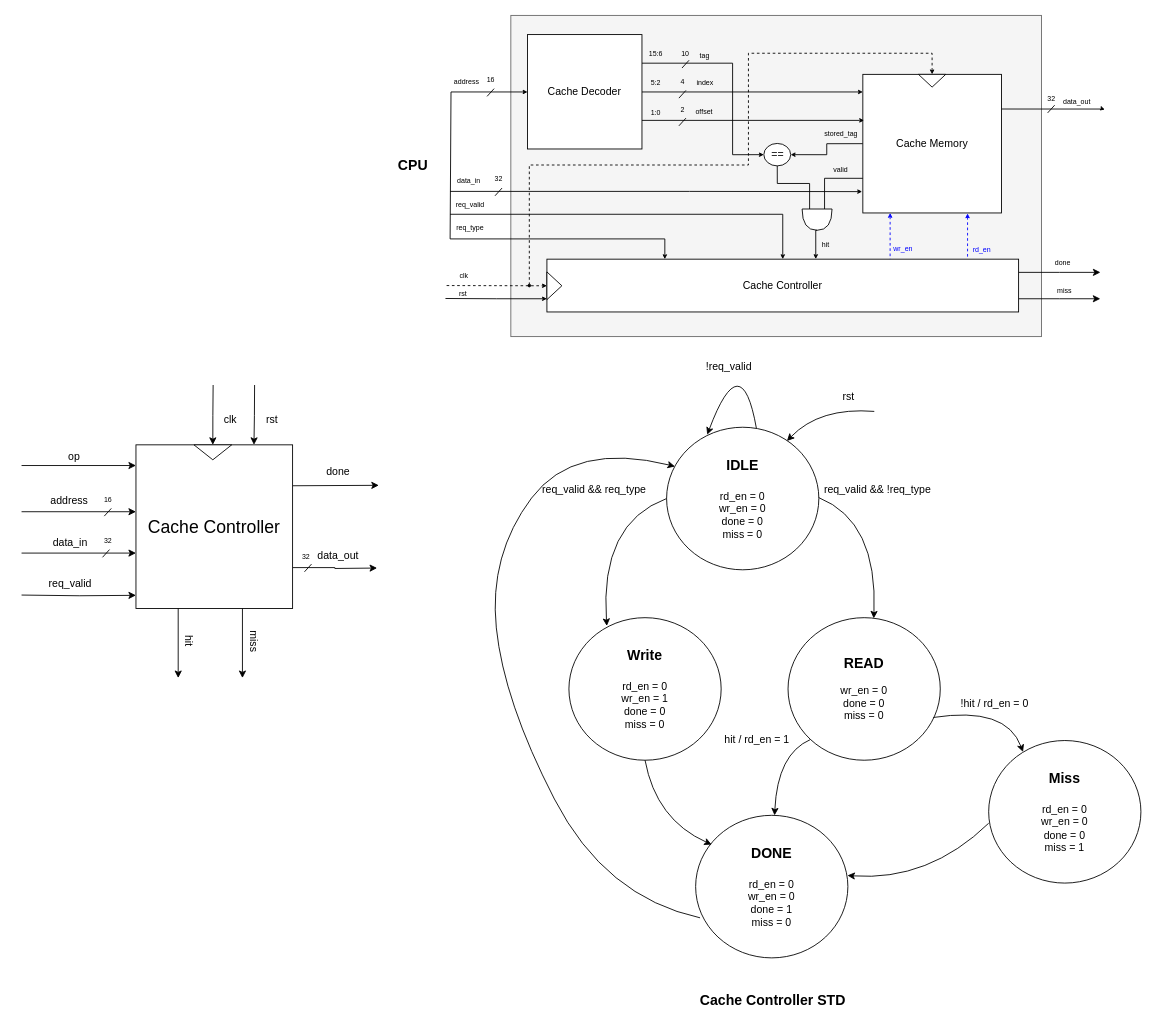
Earlier version of the draw.io diagram Module4/DirectMappedCacheController/docs/BD.drawio (abdulrafay7038/MEDS_Training). Source tidied: cells renumbered, new cells numbered last; positions are measured from the earlier drawing's top-left corner, leaving out a move shared by most shapes. Both pictures are drawn from the tidied source at 88%, with x=0, y=0 at pixel (21, 15).
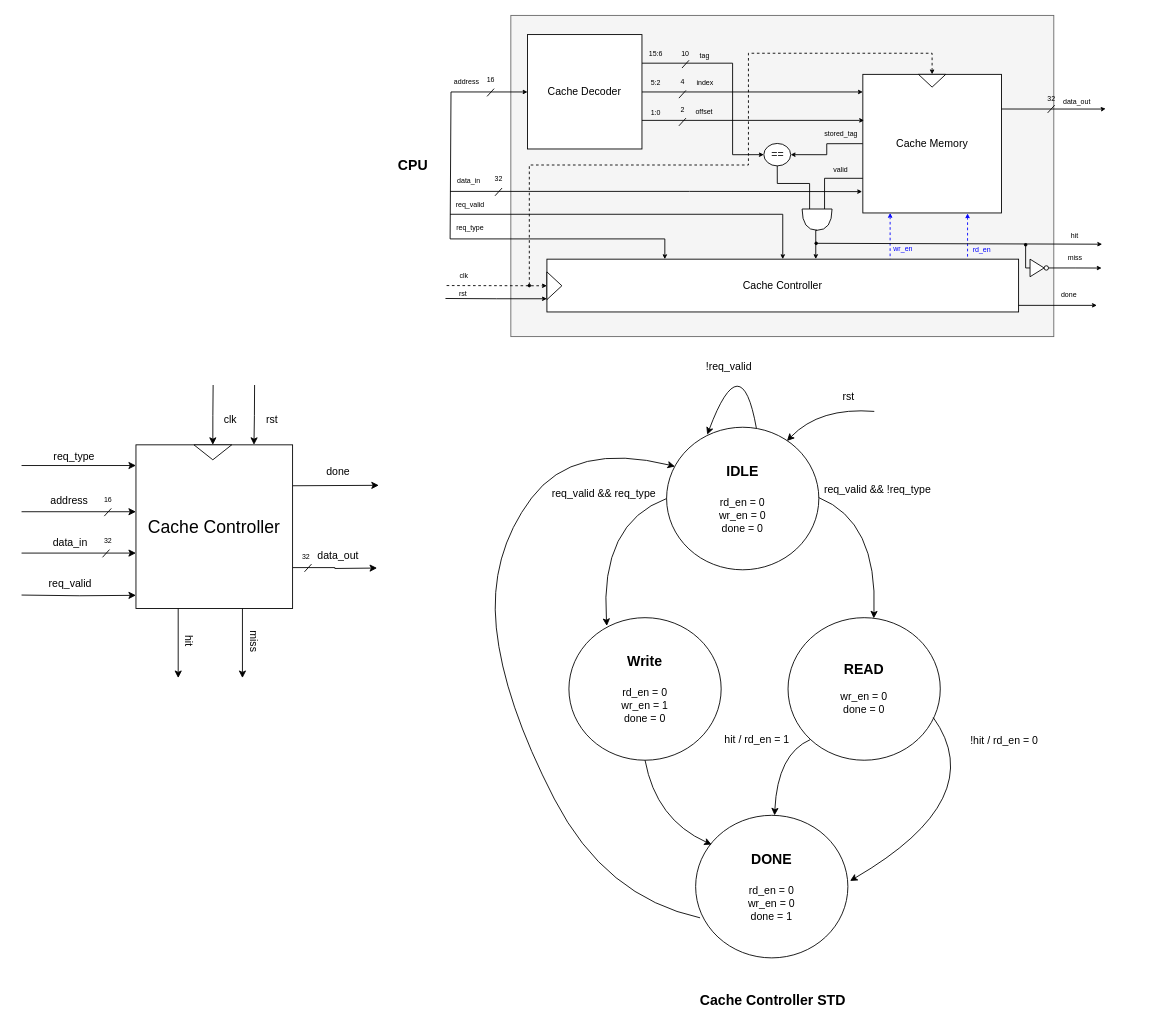
Above is the later version.

Unchanged cells that the change refers to:
```xml
<mxCell id="30" value="Cache Memory" style="whiteSpace=wrap;html=1;" parent="1" vertex="1">
  <mxGeometry x="956" y="67" width="157.5" height="157.5" as="geometry" />
</mxCell>
<mxCell id="58" value="&lt;font&gt;Cache Controller&lt;/font&gt;" style="rounded=0;whiteSpace=wrap;html=1;" parent="1" vertex="1">
  <mxGeometry x="597" y="277" width="536" height="60" as="geometry" />
</mxCell>
```

Change to the diagram source:
```diff
@@
     <mxCell id="2" style="rounded=0;whiteSpace=wrap;html=1;fillColor=#f5f5f5;strokeColor=#666666;fontColor=#333333;" parent="1" vertex="1">
-      <mxGeometry x="556" width="603" height="365" as="geometry" />
+      <mxGeometry x="556" width="617" height="365" as="geometry" />
     </mxCell>
@@
-    <mxCell id="10" value="op" style="text;html=1;whiteSpace=wrap;strokeColor=none;fillColor=none;align=center;verticalAlign=middle;rounded=0;" parent="1" vertex="1">
-      <mxGeometry x="50" y="496.5" width="20" height="10" as="geometry" />
+    <mxCell id="10" value="req_type" style="text;html=1;whiteSpace=wrap;strokeColor=none;fillColor=none;align=center;verticalAlign=middle;rounded=0;" parent="1" vertex="1">
+      <mxGeometry x="33.2" y="496.5" width="54" height="10" as="geometry" />
     </mxCell>
@@
     <mxCell id="28" style="edgeStyle=orthogonalEdgeStyle;rounded=0;jettySize=auto;html=1;exitX=1;exitY=0.25;exitDx=0;exitDy=0;startSize=3;endSize=3;" parent="1" edge="1" source="30">
       <mxGeometry relative="1" as="geometry">
-        <mxPoint x="1231" y="107" as="targetPoint" />
+        <mxPoint x="1232" y="106" as="targetPoint" />
         <Array as="points">
           <mxPoint x="1229" y="107" />
         </Array>
       </mxGeometry>
     </mxCell>
@@
-    <mxCell id="55" style="edgeStyle=orthogonalEdgeStyle;rounded=0;jettySize=auto;html=1;exitX=1;exitY=0.25;exitDx=0;exitDy=0;" parent="1" edge="1" source="58">
+    <mxCell id="55" style="edgeStyle=orthogonalEdgeStyle;rounded=0;orthogonalLoop=1;jettySize=auto;html=1;exitX=1;exitY=0.25;exitDx=0;exitDy=0;endSize=3;startSize=3;" parent="1" edge="1">
       <mxGeometry relative="1" as="geometry">
-        <mxPoint x="1226" y="292" as="targetPoint" />
+        <mxPoint x="1129" y="329.5" as="sourcePoint" />
+        <mxPoint x="1222" y="329.5" as="targetPoint" />
       </mxGeometry>
     </mxCell>
@@
-    <mxCell id="57" style="edgeStyle=orthogonalEdgeStyle;rounded=0;jettySize=auto;html=1;exitX=1;exitY=0.75;exitDx=0;exitDy=0;" parent="1" edge="1" source="58">
-      <mxGeometry relative="1" as="geometry">
-        <mxPoint x="1225.9" y="322" as="targetPoint" />
-      </mxGeometry>
-    </mxCell>
@@
     <mxCell id="70" value="&lt;font style=&quot;font-size: 8px;&quot;&gt;done&lt;/font&gt;" style="text;html=1;whiteSpace=wrap;strokeColor=none;fillColor=none;align=center;verticalAlign=middle;rounded=0;" parent="1" vertex="1">
-      <mxGeometry x="1166" y="269.5" width="35" height="20.5" as="geometry" />
+      <mxGeometry x="1173" y="307" width="35" height="20.5" as="geometry" />
     </mxCell>
@@
     <mxCell id="79" value="&lt;font style=&quot;font-size: 8px;&quot;&gt;hit&lt;/font&gt;" style="text;html=1;whiteSpace=wrap;strokeColor=none;fillColor=none;align=center;verticalAlign=middle;rounded=0;" parent="1" vertex="1">
-      <mxGeometry x="903" y="249.8" width="22" height="20" as="geometry" />
+      <mxGeometry x="1186" y="239" width="22" height="20" as="geometry" />
     </mxCell>
@@
-    <mxCell id="84" value="&lt;b&gt;&lt;font style=&quot;font-size: 16px;&quot;&gt;IDLE&lt;br&gt;&lt;br&gt;&lt;/font&gt;&lt;/b&gt;&lt;div&gt;&lt;div&gt;rd_en = 0&lt;/div&gt;&lt;div&gt;wr_en = 0&lt;br&gt;done = 0&lt;br&gt;miss = 0&lt;/div&gt;&lt;/div&gt;" style="ellipse;whiteSpace=wrap;html=1;" parent="1" vertex="1">
+    <mxCell id="84" value="&lt;b&gt;&lt;font style=&quot;font-size: 16px;&quot;&gt;IDLE&lt;br&gt;&lt;br&gt;&lt;/font&gt;&lt;/b&gt;&lt;div&gt;&lt;div&gt;rd_en = 0&lt;/div&gt;&lt;div&gt;wr_en = 0&lt;br&gt;done = 0&lt;br&gt;&lt;/div&gt;&lt;/div&gt;" style="ellipse;whiteSpace=wrap;html=1;" parent="1" vertex="1">
       <mxGeometry x="733" y="468" width="173" height="162" as="geometry" />
     </mxCell>
@@
-    <mxCell id="91" value="&lt;b&gt;&lt;font style=&quot;font-size: 16px;&quot;&gt;READ&lt;br&gt;&lt;/font&gt;&lt;/b&gt;&lt;div&gt;&lt;div&gt;&lt;br&gt;&lt;/div&gt;&lt;div&gt;wr_en = 0&lt;br&gt;done = 0&lt;br&gt;miss = 0&lt;/div&gt;&lt;/div&gt;" style="ellipse;whiteSpace=wrap;html=1;" parent="1" vertex="1">
+    <mxCell id="91" value="&lt;b&gt;&lt;font style=&quot;font-size: 16px;&quot;&gt;READ&lt;br&gt;&lt;/font&gt;&lt;/b&gt;&lt;div&gt;&lt;div&gt;&lt;br&gt;&lt;/div&gt;&lt;div&gt;wr_en = 0&lt;br&gt;done = 0&lt;br&gt;&lt;/div&gt;&lt;/div&gt;" style="ellipse;whiteSpace=wrap;html=1;" parent="1" vertex="1">
       <mxGeometry x="871" y="684.4" width="173" height="162" as="geometry" />
     </mxCell>
-    <mxCell id="92" value="&lt;b&gt;&lt;font style=&quot;font-size: 16px;&quot;&gt;Write&lt;br&gt;&lt;br&gt;&lt;/font&gt;&lt;/b&gt;&lt;div&gt;&lt;div&gt;rd_en = 0&lt;/div&gt;&lt;div&gt;wr_en = 1&lt;br&gt;done = 0&lt;br&gt;miss = 0&lt;/div&gt;&lt;/div&gt;" style="ellipse;whiteSpace=wrap;html=1;" parent="1" vertex="1">
+    <mxCell id="92" value="&lt;b&gt;&lt;font style=&quot;font-size: 16px;&quot;&gt;Write&lt;br&gt;&lt;br&gt;&lt;/font&gt;&lt;/b&gt;&lt;div&gt;&lt;div&gt;rd_en = 0&lt;/div&gt;&lt;div&gt;wr_en = 1&lt;br&gt;done = 0&lt;br&gt;&lt;/div&gt;&lt;/div&gt;" style="ellipse;whiteSpace=wrap;html=1;" parent="1" vertex="1">
       <mxGeometry x="622" y="684.4" width="173" height="162" as="geometry" />
     </mxCell>
-    <mxCell id="93" value="&lt;b&gt;&lt;font style=&quot;font-size: 16px;&quot;&gt;DONE&lt;br&gt;&lt;br&gt;&lt;/font&gt;&lt;/b&gt;&lt;div&gt;&lt;div&gt;rd_en = 0&lt;/div&gt;&lt;div&gt;wr_en = 0&lt;br&gt;done = 1&lt;br&gt;miss = 0&lt;/div&gt;&lt;/div&gt;" style="ellipse;whiteSpace=wrap;html=1;" parent="1" vertex="1">
+    <mxCell id="93" value="&lt;b&gt;&lt;font style=&quot;font-size: 16px;&quot;&gt;DONE&lt;br&gt;&lt;br&gt;&lt;/font&gt;&lt;/b&gt;&lt;div&gt;&lt;div&gt;rd_en = 0&lt;/div&gt;&lt;div&gt;wr_en = 0&lt;br&gt;done = 1&lt;br&gt;&lt;/div&gt;&lt;/div&gt;" style="ellipse;whiteSpace=wrap;html=1;" parent="1" vertex="1">
       <mxGeometry x="766" y="909" width="173" height="162" as="geometry" />
     </mxCell>
-    <mxCell id="94" value="&lt;b&gt;&lt;font style=&quot;font-size: 16px;&quot;&gt;Miss&lt;br&gt;&lt;br&gt;&lt;/font&gt;&lt;/b&gt;&lt;div&gt;&lt;font&gt;rd_en = 0&lt;/font&gt;&lt;/div&gt;&lt;div&gt;&lt;font&gt;wr_en = 0&lt;br&gt;done = 0&lt;br&gt;miss = 1&lt;/font&gt;&lt;/div&gt;" style="ellipse;whiteSpace=wrap;html=1;" parent="1" vertex="1">
-      <mxGeometry x="1099" y="824" width="173" height="162" as="geometry" />
-    </mxCell>
@@
     <mxCell id="97" value="req_valid &amp;amp;&amp;amp; req_type" style="text;html=1;whiteSpace=wrap;strokeColor=none;fillColor=none;align=center;verticalAlign=middle;rounded=0;" parent="1" vertex="1">
-      <mxGeometry x="589" y="526.5" width="124" height="25.5" as="geometry" />
+      <mxGeometry x="600" y="531.5" width="124" height="25.5" as="geometry" />
     </mxCell>
@@
-    <mxCell id="101" style="curved=1;endArrow=classic;html=1;rounded=0;" parent="1" edge="1">
+    <mxCell id="101" style="curved=1;endArrow=classic;html=1;rounded=0;entryX=1.014;entryY=0.46;entryDx=0;entryDy=0;entryPerimeter=0;" parent="1" edge="1" target="93">
       <mxGeometry relative="1" as="geometry">
         <mxPoint x="1036" y="797.8" as="sourcePoint" />
-        <mxPoint x="1138" y="837" as="targetPoint" />
         <Array as="points">
-          <mxPoint x="1119" y="785" />
+          <mxPoint x="1102" y="890" />
         </Array>
       </mxGeometry>
     </mxCell>
     <mxCell id="102" value="!hit / rd_en = 0" style="text;html=1;whiteSpace=wrap;strokeColor=none;fillColor=none;align=center;verticalAlign=middle;rounded=0;" parent="1" vertex="1">
-      <mxGeometry x="1064" y="771.5" width="84" height="21" as="geometry" />
+      <mxGeometry x="1075" y="813.8" width="84" height="21" as="geometry" />
     </mxCell>
@@
-    <mxCell id="104" style="curved=1;endArrow=classic;html=1;rounded=0;entryX=0.997;entryY=0.422;entryDx=0;entryDy=0;entryPerimeter=0;" parent="1" edge="1" target="93">
-      <mxGeometry relative="1" as="geometry">
-        <mxPoint x="1099" y="918" as="sourcePoint" />
-        <Array as="points">
-          <mxPoint x="1031" y="984" />
-        </Array>
-      </mxGeometry>
-    </mxCell>
@@
     <mxCell id="111" value="&lt;font style=&quot;font-size: 8px;&quot;&gt;miss&lt;/font&gt;" style="text;html=1;whiteSpace=wrap;strokeColor=none;fillColor=none;align=center;verticalAlign=middle;rounded=0;" parent="1" vertex="1">
-      <mxGeometry x="1168" y="301.5" width="35" height="20.5" as="geometry" />
+      <mxGeometry x="1179.5" y="264" width="35" height="20.5" as="geometry" />
     </mxCell>
+    <mxCell id="112" style="endArrow=classic;html=1;rounded=0;startArrow=oval;startFill=1;startSize=3;endSize=3;" parent="1" edge="1">
+      <mxGeometry relative="1" as="geometry">
+        <mxPoint x="903" y="259" as="sourcePoint" />
+        <mxPoint x="1228" y="260" as="targetPoint" />
+      </mxGeometry>
+    </mxCell>
+    <mxCell id="113" style="edgeStyle=orthogonalEdgeStyle;rounded=0;jettySize=auto;html=1;endArrow=oval;endFill=1;startSize=3;endSize=3;" parent="1" edge="1" source="114">
+      <mxGeometry relative="1" as="geometry">
+        <mxPoint x="1141" y="260.7" as="targetPoint" />
+        <Array as="points">
+          <mxPoint x="1141" y="287" />
+        </Array>
+      </mxGeometry>
+    </mxCell>
+    <mxCell id="114" style="triangle;whiteSpace=wrap;html=1;" parent="1" vertex="1">
+      <mxGeometry x="1146" y="277" width="16" height="20" as="geometry" />
+    </mxCell>
+    <mxCell id="115" style="edgeStyle=orthogonalEdgeStyle;rounded=0;jettySize=auto;html=1;exitX=1;exitY=0.5;exitDx=0;exitDy=0;endSize=3;startSize=3;" parent="1" edge="1" source="116">
+      <mxGeometry relative="1" as="geometry">
+        <mxPoint x="1227.4" y="287.1" as="targetPoint" />
+      </mxGeometry>
+    </mxCell>
+    <mxCell id="116" style="ellipse;whiteSpace=wrap;html=1;" parent="1" vertex="1">
+      <mxGeometry x="1162" y="284.5" width="5" height="5" as="geometry" />
+    </mxCell>
```
